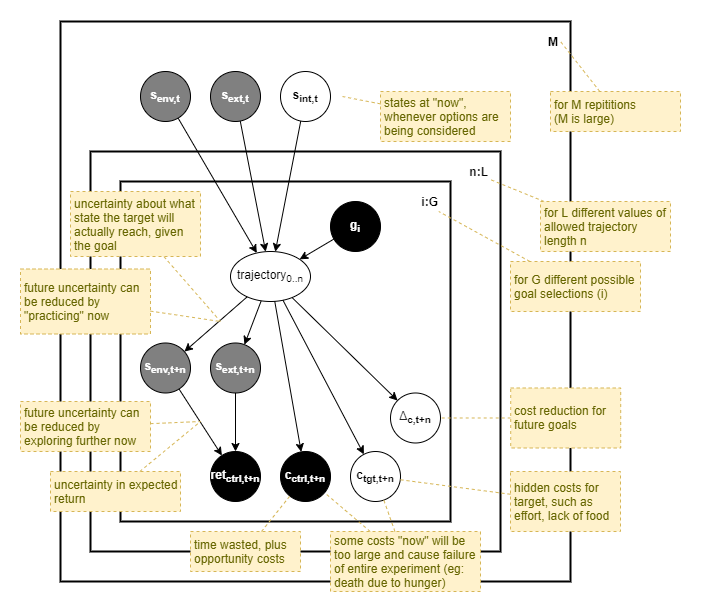
The draw.io diagram files/Autonomous-monitoring-and-control-goal-value2.png in malcolmlett/malcolmlett.github.io, before a commit. Source tidied: cells renumbered, new cells last; positions are measured from the earlier drawing's top-left corner, leaving out a move shared by most shapes.
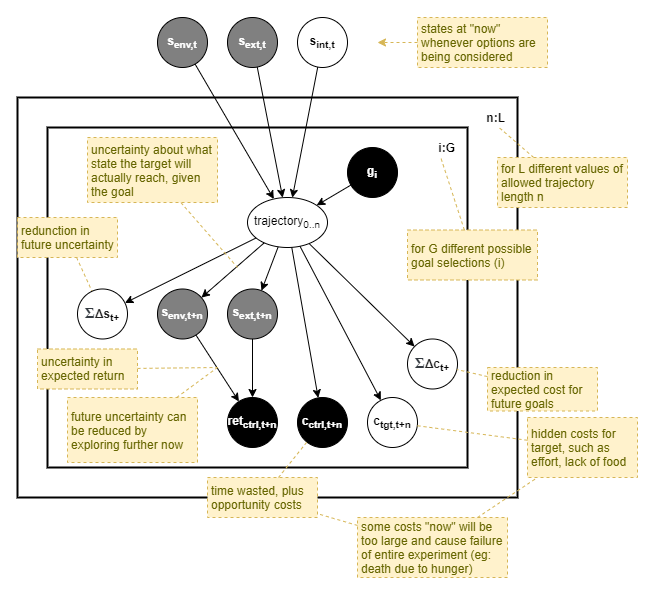
After the change.

Commit message:
Goal value summary

The edit, as a diff of the source:
```diff
@@ -2,14 +2,11 @@
   <root>
     <mxCell id="0" />
     <mxCell id="1" parent="0" />
-    <mxCell id="2" style="rounded=0;whiteSpace=wrap;html=1;fontSize=12;fontColor=#000000;align=center;fillColor=none;strokeWidth=2;" parent="1" vertex="1">
-      <mxGeometry x="40" width="510" height="560" as="geometry" />
-    </mxCell>
     <mxCell id="3" style="rounded=0;whiteSpace=wrap;html=1;fontSize=12;fontColor=#000000;align=center;fillColor=none;strokeWidth=2;" parent="1" vertex="1">
-      <mxGeometry x="70" y="130" width="410" height="400" as="geometry" />
+      <mxGeometry x="-20" y="130" width="500" height="400" as="geometry" />
     </mxCell>
     <mxCell id="4" style="rounded=0;whiteSpace=wrap;html=1;fontSize=12;fontColor=#000000;align=center;fillColor=none;strokeWidth=2;" parent="1" vertex="1">
-      <mxGeometry x="100" y="160" width="330" height="340" as="geometry" />
+      <mxGeometry x="10" y="160" width="420" height="340" as="geometry" />
     </mxCell>
     <mxCell id="5" value="i:G" style="text;html=1;strokeColor=none;fillColor=none;align=right;verticalAlign=middle;whiteSpace=wrap;rounded=0;fontSize=12;fontColor=#000000;fontStyle=1;" parent="1" vertex="1">
       <mxGeometry x="380" y="170" width="40" height="20" as="geometry" />
@@ -74,6 +71,9 @@
     <mxCell id="25" style="edgeStyle=none;rounded=0;jettySize=auto;html=1;fontSize=12;fontColor=#FFFFFF;" parent="1" edge="1" source="26" target="52">
       <mxGeometry relative="1" as="geometry" />
     </mxCell>
+    <mxCell id="55" style="rounded=0;jettySize=auto;html=1;" parent="1" edge="1" source="26" target="56">
+      <mxGeometry relative="1" as="geometry" />
+    </mxCell>
     <mxCell id="26" value="trajectory&lt;sub&gt;0..n&lt;/sub&gt;" style="ellipse;whiteSpace=wrap;html=1;strokeWidth=1;fillColor=none;fontSize=12;fontColor=#000000;align=center;" parent="1" vertex="1">
       <mxGeometry x="210" y="230" width="80" height="50" as="geometry" />
     </mxCell>
@@ -84,16 +84,16 @@
       <mxGeometry relative="1" as="geometry" />
     </mxCell>
     <mxCell id="29" value="for L different values of allowed trajectory length n" style="rounded=0;whiteSpace=wrap;html=1;align=left;fillColor=#fff2cc;strokeColor=#d6b656;fontColor=#666600;dashed=1;spacingLeft=2;spacingRight=2;" parent="1" vertex="1">
-      <mxGeometry x="520" y="180" width="130" height="50" as="geometry" />
+      <mxGeometry x="460" y="190" width="130" height="50" as="geometry" />
     </mxCell>
     <mxCell id="30" value="for G different possible goal selections (i)" style="rounded=0;whiteSpace=wrap;html=1;align=left;fillColor=#fff2cc;strokeColor=#d6b656;fontColor=#666600;dashed=1;spacingLeft=2;spacingRight=2;" parent="1" vertex="1">
-      <mxGeometry x="490" y="240" width="130" height="50" as="geometry" />
+      <mxGeometry x="370" y="262.5" width="130" height="50" as="geometry" />
     </mxCell>
     <mxCell id="31" style="rounded=0;jumpStyle=none;jettySize=auto;html=1;strokeWidth=1;fontColor=#666600;dashed=1;strokeColor=#d6b656;fillColor=#fff2cc;endArrow=none;endFill=0;" parent="1" edge="1" source="30" target="5">
       <mxGeometry relative="1" as="geometry" />
     </mxCell>
     <mxCell id="32" value="uncertainty in expected return" style="rounded=0;whiteSpace=wrap;html=1;align=left;fillColor=#fff2cc;strokeColor=#d6b656;fontColor=#666600;dashed=1;spacingLeft=2;spacingRight=2;" parent="1" vertex="1">
-      <mxGeometry x="30" y="450" width="130" height="40" as="geometry" />
+      <mxGeometry y="381.5" width="100" height="40" as="geometry" />
     </mxCell>
     <mxCell id="33" style="rounded=0;jumpStyle=none;jettySize=auto;html=1;strokeWidth=1;fontColor=#666600;dashed=1;strokeColor=#d6b656;fillColor=#fff2cc;endArrow=none;endFill=0;" parent="1" edge="1" source="32">
       <mxGeometry relative="1" as="geometry">
@@ -120,54 +120,48 @@
     <mxCell id="39" style="rounded=0;jumpStyle=none;jettySize=auto;html=1;strokeWidth=1;fontColor=#666600;dashed=1;strokeColor=#d6b656;fillColor=#fff2cc;endArrow=none;endFill=0;" parent="1" edge="1" source="38" target="19">
       <mxGeometry relative="1" as="geometry" />
     </mxCell>
-    <mxCell id="40" value="states at &quot;now&quot;, whenever options are being considered" style="rounded=0;whiteSpace=wrap;html=1;align=left;fillColor=#fff2cc;strokeColor=#d6b656;fontColor=#666600;dashed=1;spacingLeft=2;spacingRight=2;" parent="1" vertex="1">
-      <mxGeometry x="360" y="70" width="130" height="50" as="geometry" />
+    <mxCell id="40" value="states at &quot;now&quot; whenever options are being considered" style="rounded=0;whiteSpace=wrap;html=1;align=left;fillColor=#fff2cc;strokeColor=#d6b656;fontColor=#666600;dashed=1;spacingLeft=2;spacingRight=2;" parent="1" vertex="1">
+      <mxGeometry x="380" y="50" width="130" height="50" as="geometry" />
     </mxCell>
-    <mxCell id="41" style="rounded=0;jumpStyle=none;jettySize=auto;html=1;strokeWidth=1;fontColor=#666600;dashed=1;strokeColor=#d6b656;fillColor=#fff2cc;endArrow=none;endFill=0;entryX=0.553;entryY=0.134;entryDx=0;entryDy=0;entryPerimeter=0;" parent="1" edge="1" source="40" target="2">
-      <mxGeometry relative="1" as="geometry" />
+    <mxCell id="41" style="rounded=0;jumpStyle=none;jettySize=auto;html=1;strokeWidth=1;fontColor=#666600;dashed=1;strokeColor=#d6b656;fillColor=#fff2cc;endArrow=classic;endFill=1;" parent="1" edge="1" source="40">
+      <mxGeometry relative="1" as="geometry">
+        <mxPoint x="340" y="75" as="targetPoint" />
+      </mxGeometry>
     </mxCell>
-    <mxCell id="42" value="M" style="text;html=1;strokeColor=none;fillColor=none;align=right;verticalAlign=middle;whiteSpace=wrap;rounded=0;fontSize=12;fontColor=#000000;fontStyle=1;" parent="1" vertex="1">
-      <mxGeometry x="500" y="10" width="40" height="20" as="geometry" />
-    </mxCell>
-    <mxCell id="43" value="for M repititions&lt;br&gt;(M is large)" style="rounded=0;whiteSpace=wrap;html=1;align=left;fillColor=#fff2cc;strokeColor=#d6b656;fontColor=#666600;dashed=1;spacingLeft=2;spacingRight=2;" parent="1" vertex="1">
-      <mxGeometry x="530" y="70" width="130" height="40" as="geometry" />
-    </mxCell>
-    <mxCell id="44" style="rounded=0;jumpStyle=none;jettySize=auto;html=1;strokeWidth=1;fontColor=#666600;dashed=1;strokeColor=#d6b656;fillColor=#fff2cc;endArrow=none;endFill=0;entryX=1;entryY=0.5;entryDx=0;entryDy=0;" parent="1" edge="1" source="43" target="42">
-      <mxGeometry relative="1" as="geometry" />
-    </mxCell>
-    <mxCell id="45" value="future uncertainty can be reduced by &quot;practicing&quot; now" style="rounded=0;whiteSpace=wrap;html=1;align=left;fillColor=#fff2cc;strokeColor=#d6b656;fontColor=#666600;dashed=1;spacingLeft=2;spacingRight=2;" parent="1" vertex="1">
-      <mxGeometry y="247.5" width="130" height="65" as="geometry" />
+    <mxCell id="45" value="future uncertainty can be reduced by exploring further now" style="rounded=0;whiteSpace=wrap;html=1;align=left;fillColor=#fff2cc;strokeColor=#d6b656;fontColor=#666600;dashed=1;spacingLeft=2;spacingRight=2;" parent="1" vertex="1">
+      <mxGeometry x="30" y="430" width="130" height="65" as="geometry" />
     </mxCell>
     <mxCell id="46" style="rounded=0;jumpStyle=none;jettySize=auto;html=1;strokeWidth=1;fontColor=#666600;dashed=1;strokeColor=#d6b656;fillColor=#fff2cc;endArrow=none;endFill=0;" parent="1" edge="1" source="45">
       <mxGeometry relative="1" as="geometry">
-        <mxPoint x="200" y="300" as="targetPoint" />
+        <mxPoint x="180" y="400" as="targetPoint" />
       </mxGeometry>
     </mxCell>
-    <mxCell id="47" value="future uncertainty can be reduced by exploring further now" style="rounded=0;whiteSpace=wrap;html=1;align=left;fillColor=#fff2cc;strokeColor=#d6b656;fontColor=#666600;dashed=1;spacingLeft=2;spacingRight=2;" parent="1" vertex="1">
-      <mxGeometry y="380" width="130" height="50" as="geometry" />
+    <mxCell id="47" value="redunction in future uncertainty" style="rounded=0;whiteSpace=wrap;html=1;align=left;fillColor=#fff2cc;strokeColor=#d6b656;fontColor=#666600;dashed=1;spacingLeft=2;spacingRight=2;" parent="1" vertex="1">
+      <mxGeometry x="-20" y="250" width="100" height="40" as="geometry" />
     </mxCell>
-    <mxCell id="48" style="rounded=0;jumpStyle=none;jettySize=auto;html=1;strokeWidth=1;fontColor=#666600;dashed=1;strokeColor=#d6b656;fillColor=#fff2cc;endArrow=none;endFill=0;" parent="1" edge="1" source="47">
-      <mxGeometry relative="1" as="geometry">
-        <mxPoint x="180" y="400" as="targetPoint" />
-      </mxGeometry>
+    <mxCell id="48" style="rounded=0;jumpStyle=none;jettySize=auto;html=1;strokeWidth=1;fontColor=#666600;dashed=1;strokeColor=#d6b656;fillColor=#fff2cc;endArrow=none;endFill=0;" parent="1" edge="1" source="47" target="56">
+      <mxGeometry relative="1" as="geometry" />
     </mxCell>
     <mxCell id="49" value="some costs &quot;now&quot; will be too large and cause failure of entire experiment (eg: death due to hunger)" style="rounded=0;whiteSpace=wrap;html=1;align=left;fillColor=#fff2cc;strokeColor=#d6b656;fontColor=#666600;dashed=1;spacingLeft=2;spacingRight=2;" parent="1" vertex="1">
-      <mxGeometry x="310" y="510" width="150" height="60" as="geometry" />
+      <mxGeometry x="320" y="550" width="150" height="60" as="geometry" />
     </mxCell>
-    <mxCell id="50" style="rounded=0;jumpStyle=none;jettySize=auto;html=1;strokeWidth=1;fontColor=#666600;dashed=1;strokeColor=#d6b656;fillColor=#fff2cc;endArrow=none;endFill=0;" parent="1" edge="1" source="49" target="19">
+    <mxCell id="50" style="rounded=0;jumpStyle=none;jettySize=auto;html=1;strokeWidth=1;fontColor=#666600;dashed=1;strokeColor=#d6b656;fillColor=#fff2cc;endArrow=none;endFill=0;" parent="1" edge="1" source="49" target="38">
       <mxGeometry relative="1" as="geometry" />
     </mxCell>
-    <mxCell id="51" style="rounded=0;jumpStyle=none;jettySize=auto;html=1;strokeWidth=1;fontColor=#666600;dashed=1;strokeColor=#d6b656;fillColor=#fff2cc;endArrow=none;endFill=0;" parent="1" edge="1" source="49" target="27">
+    <mxCell id="51" style="rounded=0;jumpStyle=none;jettySize=auto;html=1;strokeWidth=1;fontColor=#666600;dashed=1;strokeColor=#d6b656;fillColor=#fff2cc;endArrow=none;endFill=0;" parent="1" edge="1" source="49" target="36">
       <mxGeometry relative="1" as="geometry" />
     </mxCell>
-    <mxCell id="52" value="&lt;span style=&quot;color: rgb(34 , 34 , 34) ; font-family: &amp;#34;google sans&amp;#34; , &amp;#34;arial&amp;#34; , sans-serif ; font-weight: 400 ; text-align: left ; background-color: rgb(255 , 255 , 255)&quot;&gt;&lt;font style=&quot;font-size: 12px&quot;&gt;Δ&lt;/font&gt;&lt;/span&gt;&lt;sub&gt;c,t+n&lt;/sub&gt;" style="ellipse;whiteSpace=wrap;html=1;fontStyle=1;fontSize=12;" parent="1" vertex="1">
+    <mxCell id="52" value="&lt;span style=&quot;color: rgb(52 , 58 , 64) ; font-family: &amp;#34;open sans&amp;#34; ; font-size: 15px ; background-color: rgb(255 , 255 , 255)&quot;&gt;Σ&lt;/span&gt;&lt;span style=&quot;color: rgb(34 , 34 , 34) ; font-family: &amp;#34;google sans&amp;#34; , &amp;#34;arial&amp;#34; , sans-serif ; text-align: left ; background-color: rgb(255 , 255 , 255)&quot;&gt;&lt;font style=&quot;font-size: 12px&quot;&gt;Δc&lt;/font&gt;&lt;/span&gt;&lt;sub&gt;t+&lt;/sub&gt;" style="ellipse;whiteSpace=wrap;html=1;fontStyle=1;fontSize=12;" parent="1" vertex="1">
       <mxGeometry x="370" y="371.5" width="50" height="50" as="geometry" />
     </mxCell>
-    <mxCell id="53" value="cost reduction for future goals" style="rounded=0;whiteSpace=wrap;html=1;align=left;fillColor=#fff2cc;strokeColor=#d6b656;fontColor=#666600;dashed=1;spacingLeft=2;spacingRight=2;" parent="1" vertex="1">
-      <mxGeometry x="490.2" y="366.5" width="110" height="60" as="geometry" />
+    <mxCell id="53" value="reduction in expected cost for future goals" style="rounded=0;whiteSpace=wrap;html=1;align=left;fillColor=#fff2cc;strokeColor=#d6b656;fontColor=#666600;dashed=1;spacingLeft=2;spacingRight=2;" parent="1" vertex="1">
+      <mxGeometry x="450" y="400" width="110" height="43.5" as="geometry" />
     </mxCell>
     <mxCell id="54" style="rounded=0;jumpStyle=none;jettySize=auto;html=1;strokeWidth=1;fontColor=#666600;dashed=1;strokeColor=#d6b656;fillColor=#fff2cc;endArrow=none;endFill=0;" parent="1" edge="1" source="53" target="52">
       <mxGeometry relative="1" as="geometry" />
     </mxCell>
+    <mxCell id="56" value="&lt;span style=&quot;color: rgb(52 , 58 , 64) ; font-family: &amp;#34;open sans&amp;#34; ; font-size: 15px ; background-color: rgb(255 , 255 , 255)&quot;&gt;Σ&lt;/span&gt;&lt;span style=&quot;color: rgb(34 , 34 , 34) ; font-family: &amp;#34;google sans&amp;#34; , &amp;#34;arial&amp;#34; , sans-serif ; text-align: left ; background-color: rgb(255 , 255 , 255)&quot;&gt;&lt;font style=&quot;font-size: 12px&quot;&gt;Δs&lt;/font&gt;&lt;/span&gt;&lt;sub&gt;t+&lt;/sub&gt;" style="ellipse;whiteSpace=wrap;html=1;fontStyle=1;fontSize=12;" parent="1" vertex="1">
+      <mxGeometry x="40" y="321.5" width="50" height="50" as="geometry" />
+    </mxCell>
   </root>
 </mxGraphModel>
```
